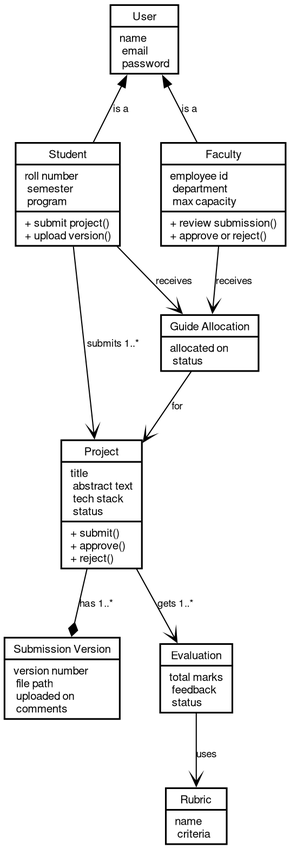
Earlier version of the Graphviz export docs/diagrams/07-class.png (akshita777/iips-ug-pg-project-repository-system). Its source is kept beside it as docs/diagrams/07-class.dot.
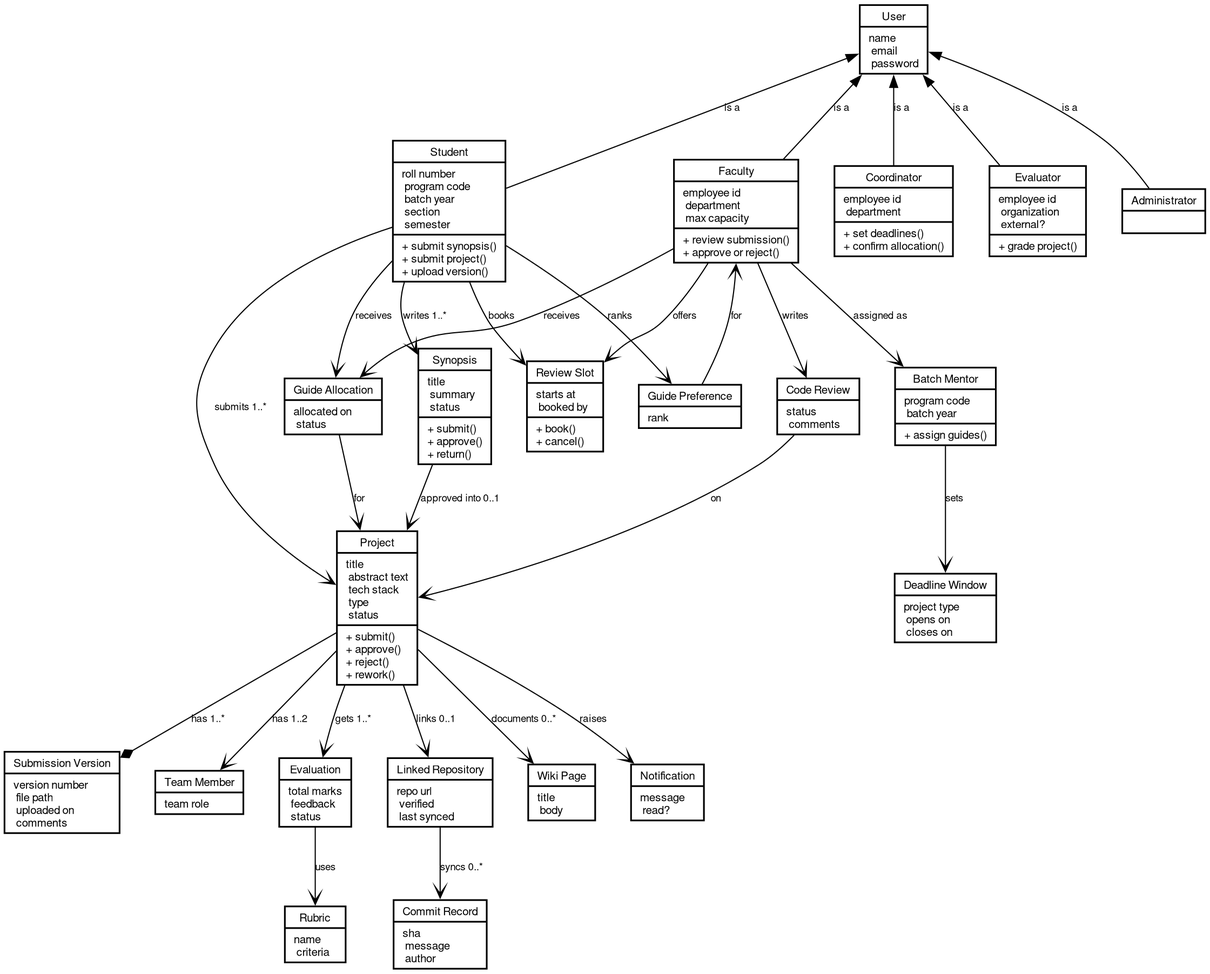
After the commit.

Commit message:
Class diagram now covers the full agreed domain

- Five user roles plus batch mentor, synopsis, deadlines, slots
- Teams of up to two, project types, guide preferences
- Reviews, repos, commits, wiki, and notifications

Change to the diagram source:
```diff
@@ -2,8 +2,8 @@
   rankdir=TB;
   bgcolor="white";
   fontname="Helvetica";
-  nodesep=0.5;
-  ranksep=0.7;
+  nodesep=0.45;
+  ranksep=0.65;
 
   node [fontname="Helvetica", fontsize=10, shape=record, style="filled",
         fillcolor="white", color="black", penwidth=1.5];
@@ -11,28 +11,62 @@
 
   user [label="{User|name\l email\l password\l}"];
 
-  student [label="{Student|roll number\l semester\l program\l|+ submit project()\l+ upload version()\l}"];
+  student [label="{Student|roll number\l program code\l batch year\l section\l semester\l|+ submit synopsis()\l+ submit project()\l+ upload version()\l}"];
   faculty [label="{Faculty|employee id\l department\l max capacity\l|+ review submission()\l+ approve or reject()\l}"];
+  coordinator [label="{Coordinator|employee id\l department\l|+ set deadlines()\l+ confirm allocation()\l}"];
+  evaluator [label="{Evaluator|employee id\l organization\l external?\l|+ grade project()\l}"];
+  admin [label="{Administrator\l|\l}"];
 
-  project [label="{Project|title\l abstract text\l tech stack\l status\l|+ submit()\l+ approve()\l+ reject()\l}"];
+  batchmentor [label="{Batch Mentor|program code\l batch year\l|+ assign guides()\l}"];
+  synopsis [label="{Synopsis|title\l summary\l status\l|+ submit()\l+ approve()\l+ return()\l}"];
+  deadline [label="{Deadline Window|project type\l opens on\l closes on\l}"];
+  slot [label="{Review Slot|starts at\l booked by\l|+ book()\l+ cancel()\l}"];
+
+  project [label="{Project|title\l abstract text\l tech stack\l type\l status\l|+ submit()\l+ approve()\l+ reject()\l+ rework()\l}"];
   version [label="{Submission Version|version number\l file path\l uploaded on\l comments\l}"];
+  team [label="{Team Member|team role\l}"];
   allocation [label="{Guide Allocation|allocated on\l status\l}"];
+  preference [label="{Guide Preference|rank\l}"];
   evaluation [label="{Evaluation|total marks\l feedback\l status\l}"];
   rubric [label="{Rubric|name\l criteria\l}"];
+  review [label="{Code Review|status\l comments\l}"];
+  repo [label="{Linked Repository|repo url\l verified\l last synced\l}"];
+  commit [label="{Commit Record|sha\l message\l author\l}"];
+  wiki [label="{Wiki Page|title\l body\l}"];
+  notice [label="{Notification|message\l read?\l}"];
 
   { rank=same; student; faculty; }
-  { rank=same; version; evaluation; }
+  { rank=same; coordinator; evaluator; admin; }
+  { rank=same; allocation; synopsis; slot; preference; review; batchmentor; }
+  { rank=same; version; team; }
 
   user -> student [dir=back, arrowhead="empty", label="is a"];
   user -> faculty [dir=back, arrowhead="empty", label="is a"];
+  user -> coordinator [dir=back, arrowhead="empty", label="is a"];
+  user -> evaluator [dir=back, arrowhead="empty", label="is a"];
+  user -> admin [dir=back, arrowhead="empty", label="is a"];
 
+  faculty -> batchmentor [arrowhead="vee", label="assigned as"];
+  batchmentor -> deadline [arrowhead="vee", label="sets"];
+  faculty -> slot [arrowhead="vee", label="offers"];
+  student -> slot [arrowhead="vee", label="books"];
+
+  student -> synopsis [arrowhead="vee", label="writes 1..*"];
+  synopsis -> project [arrowhead="vee", label="approved into 0..1"];
   student -> project [arrowhead="vee", label="submits 1..*"];
   project -> version [arrowhead="diamond", label="has 1..*"];
-
+  project -> team [arrowhead="vee", label="has 1..2"];
+  student -> preference [arrowhead="vee", label="ranks"];
+  preference -> faculty [arrowhead="vee", label="for"];
   student -> allocation [arrowhead="vee", label="receives"];
   faculty -> allocation [arrowhead="vee", label="receives"];
   allocation -> project [arrowhead="vee", label="for"];
-
+  faculty -> review [arrowhead="vee", label="writes"];
+  review -> project [arrowhead="vee", label="on"];
   project -> evaluation [arrowhead="vee", label="gets 1..*"];
   evaluation -> rubric [arrowhead="vee", label="uses"];
+  project -> repo [arrowhead="vee", label="links 0..1"];
+  repo -> commit [arrowhead="vee", label="syncs 0..*"];
+  project -> wiki [arrowhead="vee", label="documents 0..*"];
+  project -> notice [arrowhead="vee", label="raises"];
 }
```
